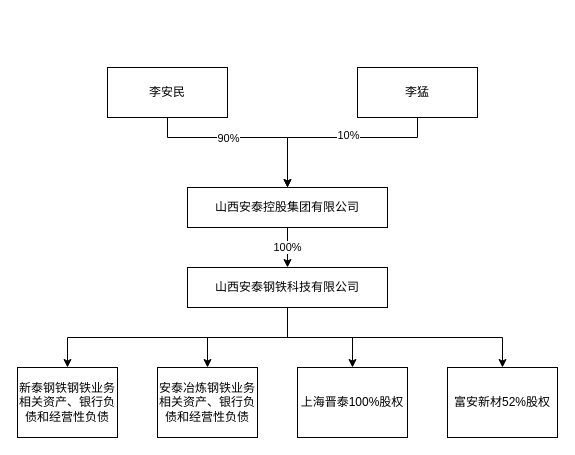
cherngzi/picbed keeps this draw.io diagram as 最终资产控制情况.drawio. Above is the earlier version. Source tidied: cells renumbered, new cells numbered last; positions are measured from the earlier drawing's top-left corner, leaving out a move shared by most shapes. Both pictures are drawn from the tidied source at 100%, with x=0, y=0 at pixel (17, 67).
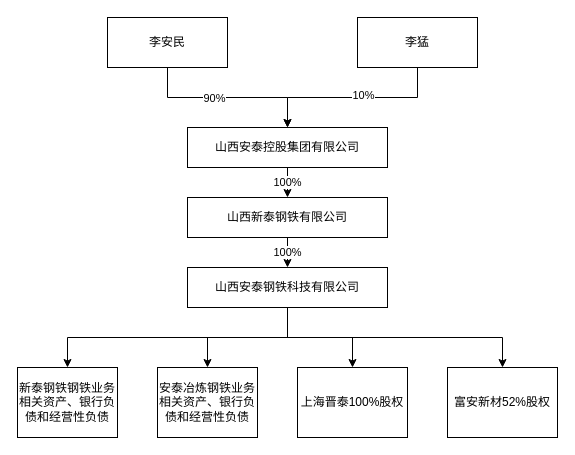
The same page after the edit.

Commit message:
更新最终资产控制情况.drawio

The change refers to these unchanged cells:
```xml
<mxCell id="14" value="山西安泰钢铁科技有限公司" style="rounded=0;whiteSpace=wrap;html=1;" parent="1" vertex="1">
  <mxGeometry x="170" y="200" width="200" height="40" as="geometry" />
</mxCell>
```

The edit, as a diff of the source:
```diff
@@
     <mxCell id="2" style="edgeStyle=orthogonalEdgeStyle;rounded=0;jettySize=auto;html=1;" parent="1" edge="1" source="4" target="9">
       <mxGeometry relative="1" as="geometry">
         <Array as="points">
-          <mxPoint x="150" y="70" />
-          <mxPoint x="270" y="70" />
+          <mxPoint x="150" y="30" />
+          <mxPoint x="270" y="30" />
         </Array>
       </mxGeometry>
     </mxCell>
@@
     <mxCell id="4" value="李安民" style="rounded=0;whiteSpace=wrap;html=1;" parent="1" vertex="1">
-      <mxGeometry x="90" width="120" height="50" as="geometry" />
+      <mxGeometry x="90" y="-50" width="120" height="50" as="geometry" />
     </mxCell>
     <mxCell id="5" style="edgeStyle=orthogonalEdgeStyle;rounded=0;jettySize=auto;html=1;entryX=0.5;entryY=0;entryDx=0;entryDy=0;" parent="1" edge="1" source="7" target="9">
       <mxGeometry relative="1" as="geometry">
         <Array as="points">
-          <mxPoint x="400" y="70" />
-          <mxPoint x="270" y="70" />
+          <mxPoint x="400" y="30" />
+          <mxPoint x="270" y="30" />
         </Array>
       </mxGeometry>
     </mxCell>
@@
     <mxCell id="7" value="李猛" style="rounded=0;whiteSpace=wrap;html=1;" parent="1" vertex="1">
-      <mxGeometry x="340" width="120" height="50" as="geometry" />
+      <mxGeometry x="340" y="-50" width="120" height="50" as="geometry" />
     </mxCell>
-    <mxCell id="8" value="100%" style="edgeStyle=orthogonalEdgeStyle;rounded=0;jettySize=auto;html=1;entryX=0.5;entryY=0;entryDx=0;entryDy=0;" parent="1" edge="1" source="9" target="14">
-      <mxGeometry relative="1" as="geometry" />
-    </mxCell>
+    <mxCell id="19" value="100%" style="edgeStyle=orthogonalEdgeStyle;rounded=0;jettySize=auto;html=1;" parent="1" edge="1" source="9" target="21">
+      <mxGeometry relative="1" as="geometry" />
+    </mxCell>
     <mxCell id="9" value="山西安泰控股集团有限公司" style="rounded=0;whiteSpace=wrap;html=1;" parent="1" vertex="1">
-      <mxGeometry x="170" y="120" width="200" height="40" as="geometry" />
+      <mxGeometry x="170" y="60" width="200" height="40" as="geometry" />
     </mxCell>
@@
+    <mxCell id="20" value="100%" style="edgeStyle=orthogonalEdgeStyle;rounded=0;jettySize=auto;html=1;" parent="1" edge="1" source="21" target="14">
+      <mxGeometry relative="1" as="geometry" />
+    </mxCell>
+    <mxCell id="21" value="山西新泰钢铁有限公司" style="rounded=0;whiteSpace=wrap;html=1;" parent="1" vertex="1">
+      <mxGeometry x="170" y="130" width="200" height="40" as="geometry" />
+    </mxCell>
```
